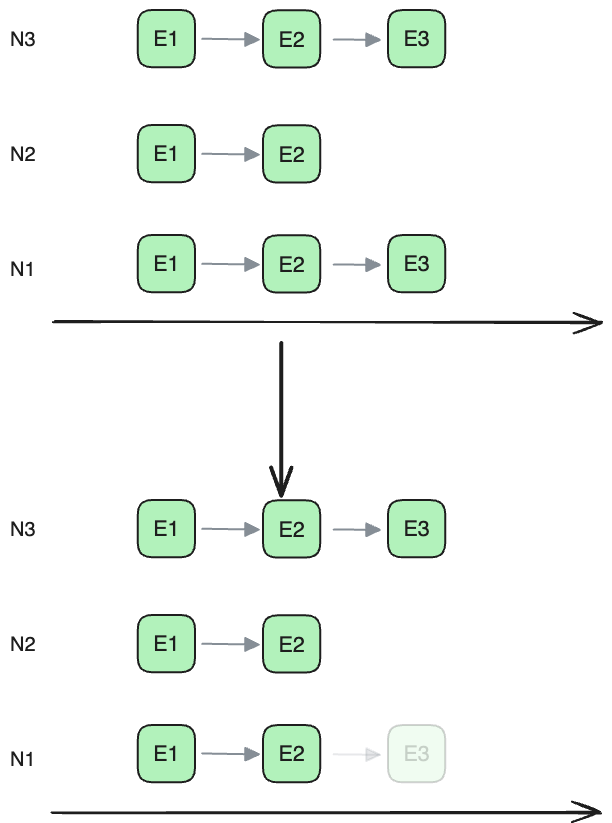
This is src/list/raxos/history-data-loss.excalidraw.png from drmingdrmer/consensus-essence, a Excalidraw export, as it was before one commit. Source tidied: one line per element, renumbered; positions are measured from the earlier drawing's top-left corner, leaving out a move shared by most shapes. Source of this version:
```json
{"id": 0, "type": "rectangle", "strokeColor": "#1e1e1e", "backgroundColor": "#b2f2bb", "fillStyle": "solid", "strokeWidth": 2, "roughness": 0, "round": true, "x": 128, "y": 715, "width": 57, "height": 57}
{"id": 1, "type": "text", "text": "E1", "strokeColor": "#1e1e1e", "strokeWidth": 2, "roughness": 1, "fontSize": 21.56, "fontFamily": 2, "textAlign": "center", "verticalAlign": "middle", "inside": 0, "x": 143, "y": 731, "width": 26, "height": 25}
{"id": 2, "type": "rectangle", "strokeColor": "#1e1e1e", "backgroundColor": "#b2f2bb", "fillStyle": "solid", "strokeWidth": 2, "roughness": 0, "round": true, "x": 128, "y": 225, "width": 57, "height": 57}
{"id": 3, "type": "text", "text": "E1", "strokeColor": "#1e1e1e", "strokeWidth": 2, "roughness": 1, "fontSize": 21.56, "fontFamily": 2, "textAlign": "center", "verticalAlign": "middle", "inside": 2, "x": 143, "y": 241, "width": 26, "height": 25}
{"id": 4, "type": "rectangle", "strokeColor": "#1e1e1e", "backgroundColor": "#b2f2bb", "fillStyle": "solid", "strokeWidth": 2, "roughness": 0, "round": true, "x": 128, "y": 0, "width": 57, "height": 57}
{"id": 5, "type": "text", "text": "E1", "strokeColor": "#1e1e1e", "strokeWidth": 2, "roughness": 1, "fontSize": 21.56, "fontFamily": 2, "textAlign": "center", "verticalAlign": "middle", "inside": 4, "x": 143, "y": 16, "width": 26, "height": 25}
{"id": 6, "type": "rectangle", "strokeColor": "#1e1e1e", "backgroundColor": "#b2f2bb", "fillStyle": "solid", "strokeWidth": 2, "roughness": 0, "round": true, "x": 128, "y": 490, "width": 57, "height": 57}
{"id": 7, "type": "text", "text": "E1", "strokeColor": "#1e1e1e", "strokeWidth": 2, "roughness": 1, "fontSize": 21.56, "fontFamily": 2, "textAlign": "center", "verticalAlign": "middle", "inside": 6, "x": 143, "y": 506, "width": 26, "height": 25}
{"id": 8, "type": "rectangle", "strokeColor": "#1e1e1e", "backgroundColor": "#b2f2bb", "fillStyle": "solid", "strokeWidth": 2, "roughness": 0, "round": true, "x": 128, "y": 605, "width": 57, "height": 57}
{"id": 9, "type": "text", "text": "E1", "strokeColor": "#1e1e1e", "strokeWidth": 2, "roughness": 1, "fontSize": 21.56, "fontFamily": 2, "textAlign": "center", "verticalAlign": "middle", "inside": 8, "x": 143, "y": 621, "width": 26, "height": 25}
{"id": 10, "type": "rectangle", "strokeColor": "#1e1e1e", "backgroundColor": "#b2f2bb", "fillStyle": "solid", "strokeWidth": 2, "roughness": 0, "round": true, "x": 128, "y": 115, "width": 57, "height": 57}
{"id": 11, "type": "text", "text": "E1", "strokeColor": "#1e1e1e", "strokeWidth": 2, "roughness": 1, "fontSize": 21.56, "fontFamily": 2, "textAlign": "center", "verticalAlign": "middle", "inside": 10, "x": 143, "y": 131, "width": 26, "height": 25}
{"id": 12, "type": "rectangle", "strokeColor": "#1e1e1e", "backgroundColor": "#b2f2bb", "fillStyle": "solid", "strokeWidth": 2, "roughness": 0, "round": true, "x": 253, "y": 715, "width": 57, "height": 57}
{"id": 13, "type": "text", "text": "E2", "strokeColor": "#1e1e1e", "strokeWidth": 2, "roughness": 1, "fontSize": 21.56, "fontFamily": 2, "textAlign": "center", "verticalAlign": "middle", "inside": 12, "x": 268, "y": 731, "width": 26, "height": 25}
{"id": 14, "type": "rectangle", "strokeColor": "#1e1e1e", "backgroundColor": "#b2f2bb", "fillStyle": "solid", "strokeWidth": 2, "roughness": 0, "round": true, "x": 253, "y": 225, "width": 57, "height": 57}
{"id": 15, "type": "text", "text": "E2", "strokeColor": "#1e1e1e", "strokeWidth": 2, "roughness": 1, "fontSize": 21.56, "fontFamily": 2, "textAlign": "center", "verticalAlign": "middle", "inside": 14, "x": 268, "y": 242, "width": 26, "height": 25}
{"id": 16, "type": "rectangle", "strokeColor": "#1e1e1e", "backgroundColor": "#b2f2bb", "fillStyle": "solid", "strokeWidth": 2, "roughness": 0, "round": true, "x": 253, "y": 0, "width": 57, "height": 57}
{"id": 17, "type": "text", "text": "E2", "strokeColor": "#1e1e1e", "strokeWidth": 2, "roughness": 1, "fontSize": 21.56, "fontFamily": 2, "textAlign": "center", "verticalAlign": "middle", "inside": 16, "x": 268, "y": 17, "width": 26, "height": 25}
{"id": 18, "type": "rectangle", "strokeColor": "#1e1e1e", "backgroundColor": "#b2f2bb", "fillStyle": "solid", "strokeWidth": 2, "roughness": 0, "round": true, "x": 253, "y": 490, "width": 57, "height": 57}
{"id": 19, "type": "text", "text": "E2", "strokeColor": "#1e1e1e", "strokeWidth": 2, "roughness": 1, "fontSize": 21.56, "fontFamily": 2, "textAlign": "center", "verticalAlign": "middle", "inside": 18, "x": 268, "y": 507, "width": 26, "height": 25}
{"id": 20, "type": "rectangle", "strokeColor": "#1e1e1e", "backgroundColor": "#b2f2bb", "fillStyle": "solid", "strokeWidth": 2, "roughness": 0, "round": true, "x": 253, "y": 115, "width": 57, "height": 57}
{"id": 21, "type": "text", "text": "E2", "strokeColor": "#1e1e1e", "strokeWidth": 2, "roughness": 1, "fontSize": 21.56, "fontFamily": 2, "textAlign": "center", "verticalAlign": "middle", "inside": 20, "x": 268, "y": 132, "width": 26, "height": 25}
{"id": 22, "type": "rectangle", "strokeColor": "#1e1e1e", "backgroundColor": "#b2f2bb", "fillStyle": "solid", "strokeWidth": 2, "roughness": 0, "round": true, "x": 253, "y": 605, "width": 57, "height": 57}
{"id": 23, "type": "text", "text": "E2", "strokeColor": "#1e1e1e", "strokeWidth": 2, "roughness": 1, "fontSize": 21.56, "fontFamily": 2, "textAlign": "center", "verticalAlign": "middle", "inside": 22, "x": 268, "y": 622, "width": 26, "height": 25}
{"id": 24, "type": "rectangle", "strokeColor": "#1e1e1e", "backgroundColor": "#b2f2bb", "fillStyle": "solid", "strokeWidth": 2, "roughness": 0, "opacity": 20, "round": true, "x": 378, "y": 715, "width": 57, "height": 57}
{"id": 25, "type": "text", "text": "E3", "strokeColor": "#1e1e1e", "strokeWidth": 2, "roughness": 1, "opacity": 20, "fontSize": 21.56, "fontFamily": 2, "textAlign": "center", "verticalAlign": "middle", "inside": 24, "x": 393, "y": 731, "width": 26, "height": 25}
{"id": 26, "type": "rectangle", "strokeColor": "#1e1e1e", "backgroundColor": "#b2f2bb", "fillStyle": "solid", "strokeWidth": 2, "roughness": 0, "round": true, "x": 378, "y": 225, "width": 57, "height": 57}
{"id": 27, "type": "text", "text": "E3", "strokeColor": "#1e1e1e", "strokeWidth": 2, "roughness": 1, "fontSize": 21.56, "fontFamily": 2, "textAlign": "center", "verticalAlign": "middle", "inside": 26, "x": 393, "y": 241, "width": 26, "height": 25}
{"id": 28, "type": "rectangle", "strokeColor": "#1e1e1e", "backgroundColor": "#b2f2bb", "fillStyle": "solid", "strokeWidth": 2, "roughness": 0, "round": true, "x": 378, "y": 0, "width": 57, "height": 57}
{"id": 29, "type": "text", "text": "E3", "strokeColor": "#1e1e1e", "strokeWidth": 2, "roughness": 1, "fontSize": 21.56, "fontFamily": 2, "textAlign": "center", "verticalAlign": "middle", "inside": 28, "x": 393, "y": 16, "width": 26, "height": 25}
{"id": 30, "type": "rectangle", "strokeColor": "#1e1e1e", "backgroundColor": "#b2f2bb", "fillStyle": "solid", "strokeWidth": 2, "roughness": 0, "round": true, "x": 378, "y": 490, "width": 57, "height": 57}
{"id": 31, "type": "text", "text": "E3", "strokeColor": "#1e1e1e", "strokeWidth": 2, "roughness": 1, "fontSize": 21.56, "fontFamily": 2, "textAlign": "center", "verticalAlign": "middle", "inside": 30, "x": 393, "y": 506, "width": 26, "height": 25}
{"id": 32, "type": "arrow", "strokeColor": "#1e1e1e", "backgroundColor": "#99e9f2", "fillStyle": "solid", "strokeWidth": 2, "roughness": 1, "endArrowhead": "arrow", "round": true, "x": 43, "y": 802, "width": 548, "height": 0, "points": [[0, 0], [548, 0]]}
{"id": 33, "type": "arrow", "strokeColor": "#1e1e1e", "backgroundColor": "#99e9f2", "fillStyle": "solid", "strokeWidth": 2, "roughness": 1, "endArrowhead": "arrow", "round": true, "x": 43, "y": 312, "width": 548, "height": 0, "points": [[0, 0], [548, 0]]}
{"id": 34, "type": "arrow", "strokeColor": "#868e96", "backgroundColor": "#b2f2bb", "fillStyle": "solid", "strokeWidth": 2, "roughness": 0, "endArrowhead": "triangle", "round": true, "from": 0, "to": 12, "x": 192, "y": 743, "width": 57, "height": 1, "points": [[0, 0], [57, 1]]}
{"id": 35, "type": "arrow", "strokeColor": "#868e96", "backgroundColor": "#b2f2bb", "fillStyle": "solid", "strokeWidth": 2, "roughness": 0, "endArrowhead": "triangle", "round": true, "from": 2, "to": 14, "x": 192, "y": 254, "width": 57, "height": 1, "points": [[0, 0], [57, 1]]}
{"id": 36, "type": "arrow", "strokeColor": "#868e96", "backgroundColor": "#b2f2bb", "fillStyle": "solid", "strokeWidth": 2, "roughness": 0, "endArrowhead": "triangle", "round": true, "from": 4, "to": 16, "x": 192, "y": 29, "width": 57, "height": 1, "points": [[0, 0], [57, 1]]}
{"id": 37, "type": "arrow", "strokeColor": "#868e96", "backgroundColor": "#b2f2bb", "fillStyle": "solid", "strokeWidth": 2, "roughness": 0, "endArrowhead": "triangle", "round": true, "from": 6, "to": 18, "x": 192, "y": 519, "width": 57, "height": 1, "points": [[0, 0], [57, 1]]}
{"id": 38, "type": "arrow", "strokeColor": "#868e96", "backgroundColor": "#b2f2bb", "fillStyle": "solid", "strokeWidth": 2, "roughness": 0, "endArrowhead": "triangle", "round": true, "from": 10, "to": 20, "x": 192, "y": 144, "width": 57, "height": 1, "points": [[0, 0], [57, 1]]}
{"id": 39, "type": "arrow", "strokeColor": "#868e96", "backgroundColor": "#b2f2bb", "fillStyle": "solid", "strokeWidth": 2, "roughness": 0, "endArrowhead": "triangle", "round": true, "from": 8, "to": 22, "x": 192, "y": 634, "width": 57, "height": 1, "points": [[0, 0], [57, 1]]}
{"id": 40, "type": "arrow", "strokeColor": "#868e96", "backgroundColor": "#b2f2bb", "fillStyle": "solid", "strokeWidth": 2, "roughness": 0, "opacity": 20, "endArrowhead": "triangle", "round": true, "from": 12, "to": 24, "x": 324, "y": 744, "width": 46, "height": 0, "points": [[0, 0], [46, 0]]}
{"id": 41, "type": "arrow", "strokeColor": "#868e96", "backgroundColor": "#b2f2bb", "fillStyle": "solid", "strokeWidth": 2, "roughness": 0, "endArrowhead": "triangle", "round": true, "from": 14, "to": 26, "x": 324, "y": 254, "width": 46, "height": 0, "points": [[0, 0], [46, 0]]}
{"id": 42, "type": "arrow", "strokeColor": "#868e96", "backgroundColor": "#b2f2bb", "fillStyle": "solid", "strokeWidth": 2, "roughness": 0, "endArrowhead": "triangle", "round": true, "from": 16, "to": 28, "x": 324, "y": 29, "width": 46, "height": 0, "points": [[0, 0], [46, 0]]}
{"id": 43, "type": "arrow", "strokeColor": "#868e96", "backgroundColor": "#b2f2bb", "fillStyle": "solid", "strokeWidth": 2, "roughness": 0, "endArrowhead": "triangle", "round": true, "from": 18, "to": 30, "x": 324, "y": 519, "width": 46, "height": 0, "points": [[0, 0], [46, 0]]}
{"id": 44, "type": "text", "text": "N1", "strokeColor": "#1e1e1e", "strokeWidth": 2, "roughness": 1, "fontSize": 20, "fontFamily": 2, "x": 0, "y": 737, "width": 26, "height": 23}
{"id": 45, "type": "text", "text": "N1", "strokeColor": "#1e1e1e", "strokeWidth": 2, "roughness": 1, "fontSize": 20, "fontFamily": 2, "x": 0, "y": 247, "width": 26, "height": 23}
{"id": 46, "type": "text", "text": "N2", "strokeColor": "#1e1e1e", "strokeWidth": 2, "roughness": 1, "fontSize": 20, "fontFamily": 2, "x": 0, "y": 622, "width": 26, "height": 23}
{"id": 47, "type": "text", "text": "N2", "strokeColor": "#1e1e1e", "strokeWidth": 2, "roughness": 1, "fontSize": 20, "fontFamily": 2, "x": 0, "y": 132, "width": 26, "height": 23}
{"id": 48, "type": "text", "text": "N3", "strokeColor": "#1e1e1e", "strokeWidth": 2, "roughness": 1, "fontSize": 20, "fontFamily": 2, "x": 0, "y": 507, "width": 26, "height": 23}
{"id": 49, "type": "text", "text": "N3", "strokeColor": "#1e1e1e", "strokeWidth": 2, "roughness": 1, "fontSize": 20, "fontFamily": 2, "x": 0, "y": 17, "width": 26, "height": 23}
{"id": 50, "type": "arrow", "strokeColor": "#1e1e1e", "strokeWidth": 4, "roughness": 0, "endArrowhead": "arrow", "round": true, "to": 18, "x": 271, "y": 333, "width": 0, "height": 153, "points": [[0, 0], [0, 153]]}
```
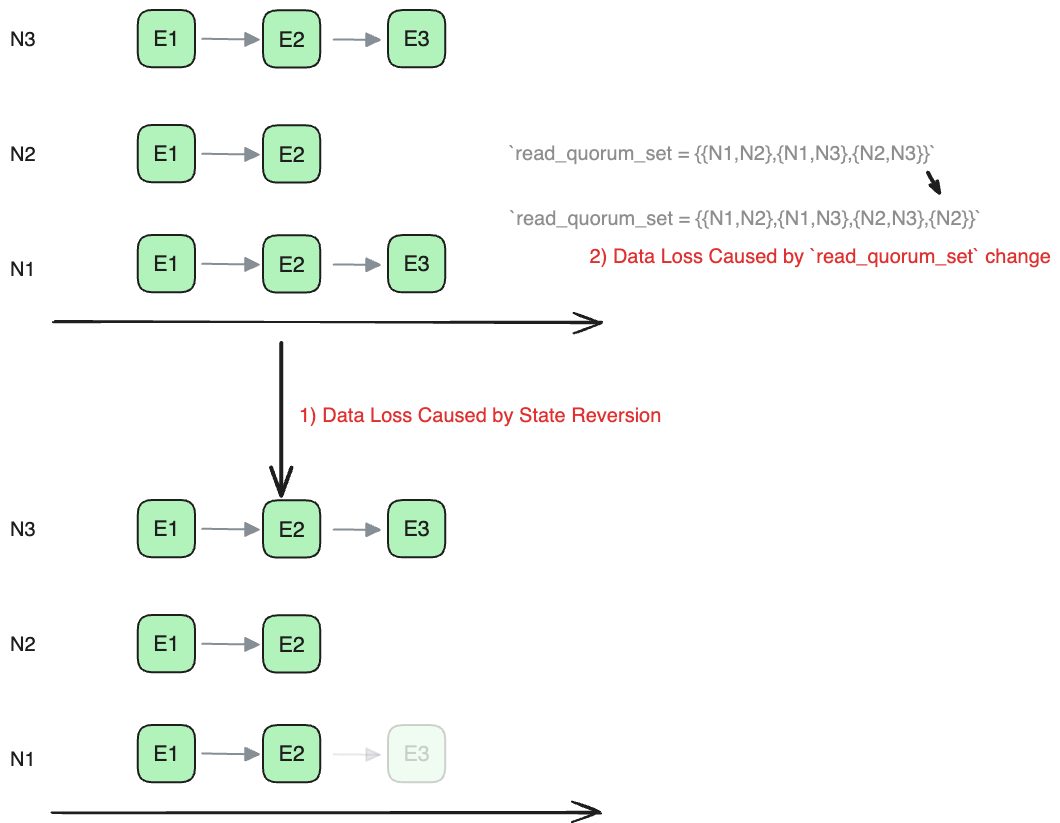
After the change.

Commit message:
M  src/list/raxos/history-data-loss.excalidraw.png

Diff of the diagram source:
```diff
@@ -49,3 +49,8 @@
 {"id": 48, "type": "text", "text": "N3", "strokeColor": "#1e1e1e", "strokeWidth": 2, "roughness": 1, "fontSize": 20, "fontFamily": 2, "x": 0, "y": 507, "width": 26, "height": 23}
 {"id": 49, "type": "text", "text": "N3", "strokeColor": "#1e1e1e", "strokeWidth": 2, "roughness": 1, "fontSize": 20, "fontFamily": 2, "x": 0, "y": 17, "width": 26, "height": 23}
 {"id": 50, "type": "arrow", "strokeColor": "#1e1e1e", "strokeWidth": 4, "roughness": 0, "endArrowhead": "arrow", "round": true, "to": 18, "x": 271, "y": 333, "width": 0, "height": 153, "points": [[0, 0], [0, 153]]}
+{"id": 51, "type": "arrow", "strokeColor": "#1e1e1e", "strokeWidth": 4, "roughness": 0, "endArrowhead": "arrow", "round": true, "from": 54, "to": 55, "x": 918, "y": 163, "width": 11, "height": 20, "points": [[0, 0], [11, 20]]}
+{"id": 52, "type": "text", "text": "1) Data Loss Caused by State Reversion", "strokeColor": "#e03131", "strokeWidth": 4, "roughness": 0, "fontSize": 20, "fontFamily": 2, "x": 289, "y": 393, "width": 362, "height": 23}
+{"id": 53, "type": "text", "text": "2) Data Loss Caused by `read_quorum_set` change", "strokeColor": "#e03131", "strokeWidth": 4, "roughness": 0, "fontSize": 20, "fontFamily": 2, "x": 580, "y": 234, "width": 461, "height": 23}
+{"id": 54, "type": "text", "text": "`read_quorum_set = {{N1,N2},{N1,N3},{N2,N3}}`", "strokeColor": "#1e1e1e", "strokeWidth": 4, "roughness": 0, "opacity": 50, "fontSize": 20, "fontFamily": 2, "x": 499, "y": 131, "width": 428, "height": 23}
+{"id": 55, "type": "text", "text": "`read_quorum_set = {{N1,N2},{N1,N3},{N2,N3},{N2}}`", "strokeColor": "#1e1e1e", "strokeWidth": 4, "roughness": 0, "opacity": 50, "fontSize": 20, "fontFamily": 2, "x": 500, "y": 196, "width": 472, "height": 23}
```
